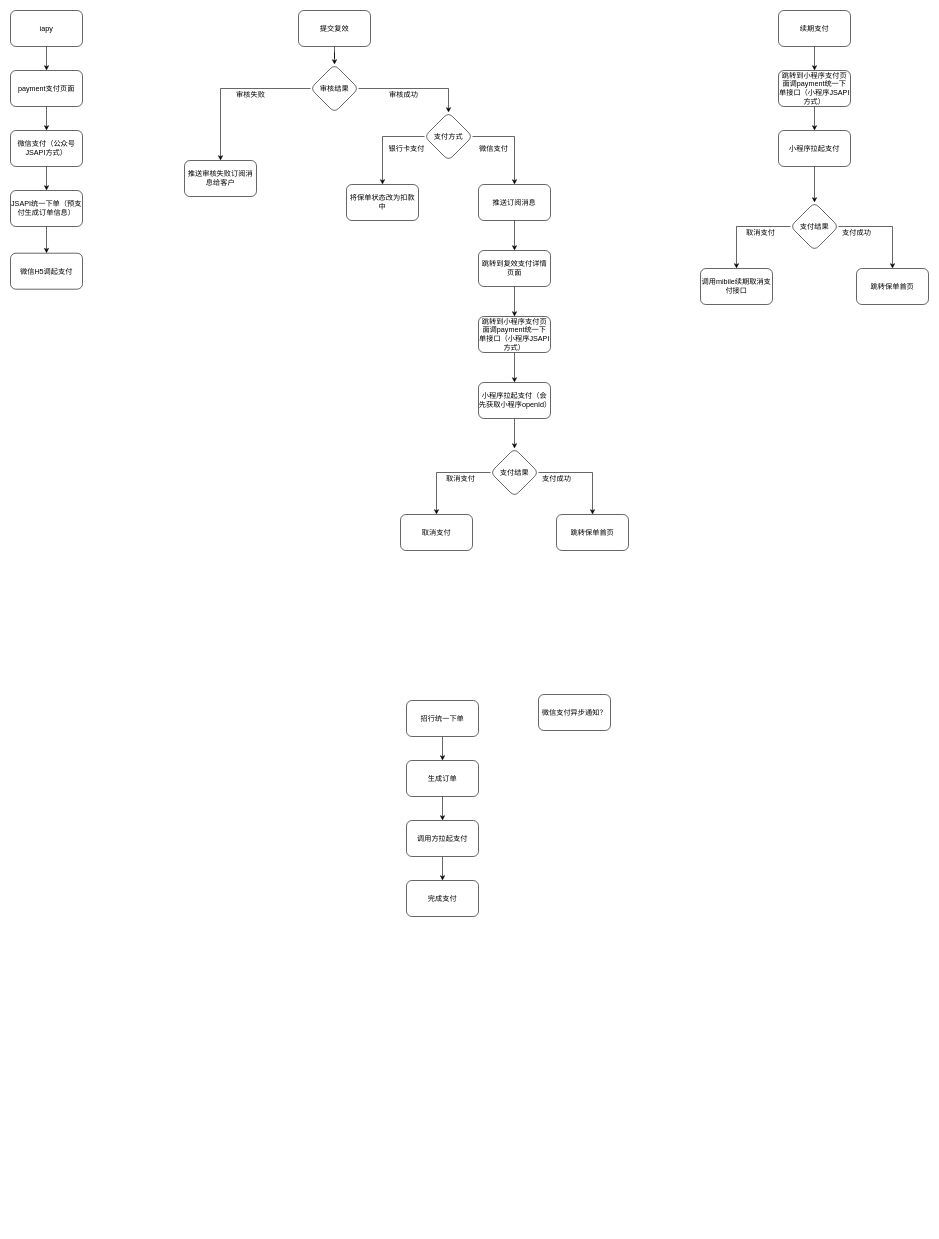
Above: page "官位支付改造" (7 of 7) of Untitled Diagram.drawio in GaoAng-HRERS/diagram (draw.io), before the change. Source tidied: cells renumbered, new cells numbered last; positions are measured from the earlier drawing's top-left corner, leaving out a move shared by most shapes. Both pictures are drawn from the tidied source at 60%, with x=0, y=0 at pixel (10, 10).
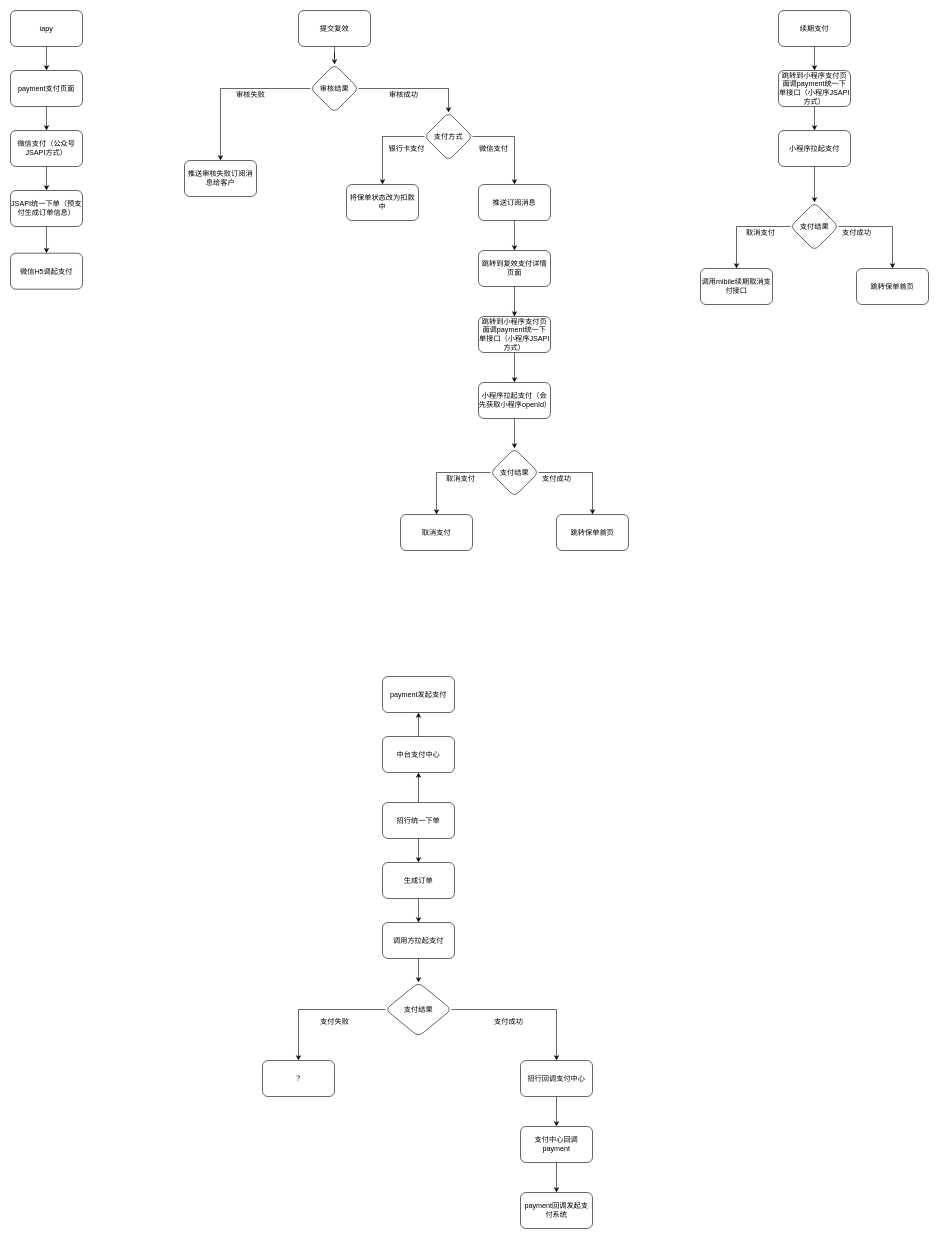
The same page after the edit.

Diff of the diagram source:
```diff
@@
+    <mxCell id="61" style="edgeStyle=orthogonalEdgeStyle;rounded=0;jettySize=auto;html=1;" parent="1" edge="1" source="54" target="65">
+      <mxGeometry relative="1" as="geometry" />
+    </mxCell>
     <mxCell id="54" value="招行统一下单" style="rounded=1;whiteSpace=wrap;html=1;" parent="1" vertex="1">
-      <mxGeometry x="660" y="1150" width="120" height="60" as="geometry" />
+      <mxGeometry x="620" y="1320" width="120" height="60" as="geometry" />
     </mxCell>
@@
     <mxCell id="56" value="生成订单" style="rounded=1;whiteSpace=wrap;html=1;" parent="1" vertex="1">
-      <mxGeometry x="660" y="1250" width="120" height="60" as="geometry" />
+      <mxGeometry x="620" y="1420" width="120" height="60" as="geometry" />
     </mxCell>
-    <mxCell id="57" style="edgeStyle=orthogonalEdgeStyle;rounded=0;jettySize=auto;html=1;" parent="1" edge="1" source="58" target="59">
-      <mxGeometry relative="1" as="geometry" />
-    </mxCell>
+    <mxCell id="62" style="edgeStyle=orthogonalEdgeStyle;rounded=0;jettySize=auto;html=1;" parent="1" edge="1" source="58" target="69">
+      <mxGeometry relative="1" as="geometry" />
+    </mxCell>
     <mxCell id="58" value="调用方拉起支付" style="rounded=1;whiteSpace=wrap;html=1;" parent="1" vertex="1">
-      <mxGeometry x="660" y="1350" width="120" height="60" as="geometry" />
+      <mxGeometry x="620" y="1520" width="120" height="60" as="geometry" />
     </mxCell>
-    <mxCell id="59" value="完成支付" style="rounded=1;whiteSpace=wrap;html=1;" parent="1" vertex="1">
-      <mxGeometry x="660" y="1450" width="120" height="60" as="geometry" />
-    </mxCell>
+    <mxCell id="63" style="edgeStyle=orthogonalEdgeStyle;rounded=0;jettySize=auto;html=1;" parent="1" edge="1" source="60" target="74">
+      <mxGeometry relative="1" as="geometry" />
+    </mxCell>
-    <mxCell id="60" value="微信支付异步通知？" style="rounded=1;whiteSpace=wrap;html=1;" parent="1" vertex="1">
-      <mxGeometry x="880" y="1140" width="120" height="60" as="geometry" />
+    <mxCell id="60" value="招行回调支付中心" style="rounded=1;whiteSpace=wrap;html=1;" parent="1" vertex="1">
+      <mxGeometry x="850" y="1750" width="120" height="60" as="geometry" />
     </mxCell>
+    <mxCell id="64" style="edgeStyle=orthogonalEdgeStyle;rounded=0;jettySize=auto;html=1;" parent="1" edge="1" source="65" target="66">
+      <mxGeometry relative="1" as="geometry" />
+    </mxCell>
+    <mxCell id="65" value="中台支付中心" style="whiteSpace=wrap;html=1;rounded=1;" parent="1" vertex="1">
+      <mxGeometry x="620" y="1210" width="120" height="60" as="geometry" />
+    </mxCell>
+    <mxCell id="66" value="payment发起支付" style="whiteSpace=wrap;html=1;rounded=1;" parent="1" vertex="1">
+      <mxGeometry x="620" y="1110" width="120" height="60" as="geometry" />
+    </mxCell>
+    <mxCell id="67" style="edgeStyle=orthogonalEdgeStyle;rounded=0;jettySize=auto;html=1;" parent="1" edge="1" source="69" target="60">
+      <mxGeometry relative="1" as="geometry" />
+    </mxCell>
+    <mxCell id="68" style="edgeStyle=orthogonalEdgeStyle;rounded=0;jettySize=auto;html=1;" parent="1" edge="1" source="69" target="71">
+      <mxGeometry relative="1" as="geometry" />
+    </mxCell>
+    <mxCell id="69" value="支付结果" style="rhombus;whiteSpace=wrap;html=1;rounded=1;" parent="1" vertex="1">
+      <mxGeometry x="625" y="1620" width="110" height="90" as="geometry" />
+    </mxCell>
+    <mxCell id="70" value="支付成功" style="text;html=1;align=center;verticalAlign=middle;strokeColor=none;fillColor=none;" parent="1" vertex="1">
+      <mxGeometry x="795" y="1670" width="70" height="30" as="geometry" />
+    </mxCell>
+    <mxCell id="71" value="？" style="whiteSpace=wrap;html=1;rounded=1;" parent="1" vertex="1">
+      <mxGeometry x="420" y="1750" width="120" height="60" as="geometry" />
+    </mxCell>
+    <mxCell id="72" value="支付失败" style="text;html=1;align=center;verticalAlign=middle;strokeColor=none;fillColor=none;" parent="1" vertex="1">
+      <mxGeometry x="505" y="1670" width="70" height="30" as="geometry" />
+    </mxCell>
+    <mxCell id="73" style="edgeStyle=orthogonalEdgeStyle;rounded=0;jettySize=auto;html=1;" parent="1" edge="1" source="74" target="75">
+      <mxGeometry relative="1" as="geometry" />
+    </mxCell>
+    <mxCell id="74" value="支付中心回调payment" style="whiteSpace=wrap;html=1;rounded=1;" parent="1" vertex="1">
+      <mxGeometry x="850" y="1860" width="120" height="60" as="geometry" />
+    </mxCell>
+    <mxCell id="75" value="payment回调发起支付系统" style="whiteSpace=wrap;html=1;rounded=1;" parent="1" vertex="1">
+      <mxGeometry x="850" y="1970" width="120" height="60" as="geometry" />
+    </mxCell>
```
